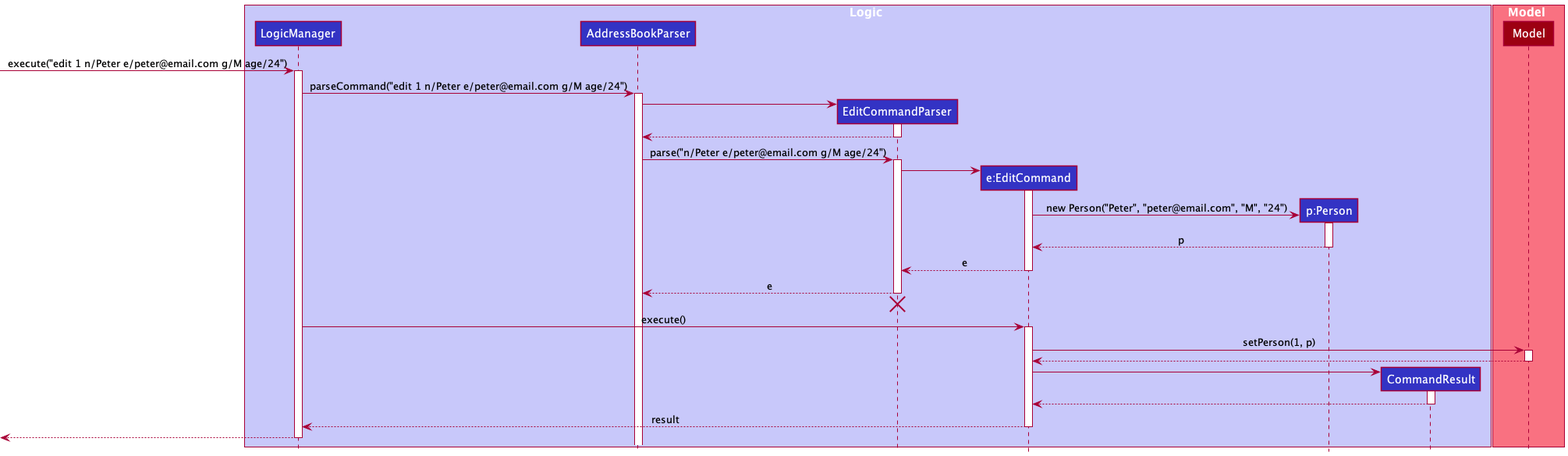
Earlier version of the PlantUML export docs/images/EditSequenceDiagram.png (pranav-ganesh/tp).
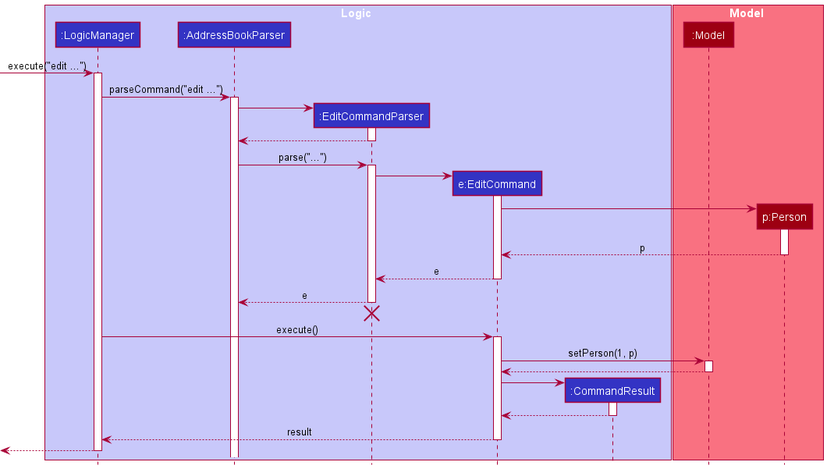
After the change.

Diff of the diagram source:
```diff
@@ -2,22 +2,22 @@
 !include style.puml
 
 box Logic LOGIC_COLOR_T1
-participant LogicManager LOGIC_COLOR
-participant AddressBookParser LOGIC_COLOR
-participant EditCommandParser LOGIC_COLOR
+participant ":LogicManager" as LogicManager LOGIC_COLOR
+participant ":AddressBookParser" as AddressBookParser LOGIC_COLOR
+participant ":EditCommandParser" as EditCommandParser LOGIC_COLOR
 participant "e:EditCommand" as EditCommand LOGIC_COLOR
-participant "p:Person" as Person LOGIC_COLOR
-participant CommandResult LOGIC_COLOR
+participant ":CommandResult" as CommandResult LOGIC_COLOR
 end box
 
 box Model MODEL_COLOR_T1
-participant Model MODEL_COLOR
+participant ":Model" as Model MODEL_COLOR
+participant "p:Person" as Person MODEL_COLOR
 end box
 
--> LogicManager : execute("edit 1 n/Peter e/peter@email.com g/M age/24")
+-> LogicManager : execute("edit ...")
 activate LogicManager
 
-LogicManager -> AddressBookParser : parseCommand("edit 1 n/Peter e/peter@email.com g/M age/24")
+LogicManager -> AddressBookParser : parseCommand("edit ...")
 activate AddressBookParser
 
 create EditCommandParser
@@ -25,7 +25,7 @@
 activate EditCommandParser
 return
 
-AddressBookParser -> EditCommandParser : parse("n/Peter e/peter@email.com g/M age/24")
+AddressBookParser -> EditCommandParser : parse("...")
 activate EditCommandParser
 
 create EditCommand
@@ -33,7 +33,7 @@
 activate EditCommand
 
 create Person
-EditCommand -> Person : new Person("Peter", "peter@email.com", "M", "24")
+EditCommand -> Person
 activate Person
 
 return p
```
